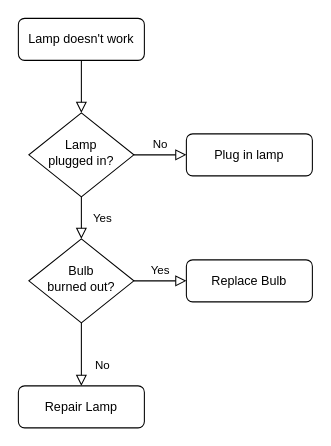
Above: testingworkflow.drawio in CJSmith02/hello-world (draw.io), before the change. Source tidied: cells renumbered, new cells numbered last; positions are measured from the earlier drawing's top-left corner, leaving out a move shared by most shapes. Both pictures are drawn from the tidied source at 105%, with x=0, y=0 at pixel (18, 18).
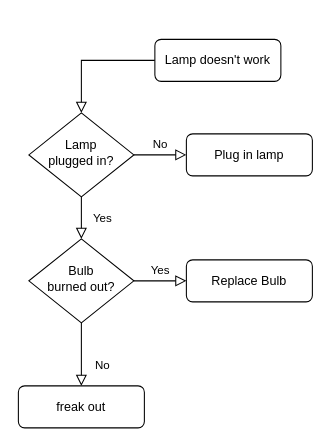
Above is the later version.

What changed in the source:
```diff
@@
 <mxGraphModel>
   <root>
     <mxCell id="0" />
     <mxCell id="1" parent="0" />
     <mxCell id="2" style="rounded=0;html=1;jettySize=auto;fontSize=11;endArrow=block;endFill=0;endSize=8;strokeWidth=1;shadow=0;labelBackgroundColor=none;edgeStyle=orthogonalEdgeStyle;" parent="1" edge="1" source="3" target="6">
       <mxGeometry relative="1" as="geometry" />
     </mxCell>
     <mxCell id="3" value="Lamp doesn't work" style="rounded=1;whiteSpace=wrap;html=1;fontSize=12;glass=0;strokeWidth=1;shadow=0;" parent="1" vertex="1">
-      <mxGeometry width="120" height="40" as="geometry" />
+      <mxGeometry x="130" y="20" width="120" height="40" as="geometry" />
     </mxCell>
     <mxCell id="4" value="Yes" style="rounded=0;html=1;jettySize=auto;fontSize=11;endArrow=block;endFill=0;endSize=8;strokeWidth=1;shadow=0;labelBackgroundColor=none;edgeStyle=orthogonalEdgeStyle;" parent="1" edge="1" source="6" target="10">
       <mxGeometry y="20" relative="1" as="geometry" />
     </mxCell>
     <mxCell id="5" value="No" style="edgeStyle=orthogonalEdgeStyle;rounded=0;html=1;jettySize=auto;fontSize=11;endArrow=block;endFill=0;endSize=8;strokeWidth=1;shadow=0;labelBackgroundColor=none;" parent="1" edge="1" source="6" target="7">
       <mxGeometry y="10" relative="1" as="geometry" />
     </mxCell>
     <mxCell id="6" value="Lamp&lt;br&gt;plugged in?" style="rhombus;whiteSpace=wrap;html=1;shadow=0;fontFamily=Helvetica;fontSize=12;align=center;strokeWidth=1;spacing=6;spacingTop=-4;" parent="1" vertex="1">
       <mxGeometry x="10" y="90" width="100" height="80" as="geometry" />
     </mxCell>
     <mxCell id="7" value="Plug in lamp" style="rounded=1;whiteSpace=wrap;html=1;fontSize=12;glass=0;strokeWidth=1;shadow=0;" parent="1" vertex="1">
       <mxGeometry x="160" y="110" width="120" height="40" as="geometry" />
     </mxCell>
     <mxCell id="8" value="No" style="rounded=0;html=1;jettySize=auto;fontSize=11;endArrow=block;endFill=0;endSize=8;strokeWidth=1;shadow=0;labelBackgroundColor=none;edgeStyle=orthogonalEdgeStyle;" parent="1" edge="1" source="10" target="11">
       <mxGeometry x="0.33" y="20" relative="1" as="geometry" />
     </mxCell>
     <mxCell id="9" value="Yes" style="edgeStyle=orthogonalEdgeStyle;rounded=0;html=1;jettySize=auto;fontSize=11;endArrow=block;endFill=0;endSize=8;strokeWidth=1;shadow=0;labelBackgroundColor=none;" parent="1" edge="1" source="10" target="12">
       <mxGeometry y="10" relative="1" as="geometry" />
     </mxCell>
     <mxCell id="10" value="Bulb&lt;br&gt;burned out?" style="rhombus;whiteSpace=wrap;html=1;shadow=0;fontFamily=Helvetica;fontSize=12;align=center;strokeWidth=1;spacing=6;spacingTop=-4;" parent="1" vertex="1">
       <mxGeometry x="10" y="210" width="100" height="80" as="geometry" />
     </mxCell>
-    <mxCell id="11" value="Repair Lamp" style="rounded=1;whiteSpace=wrap;html=1;fontSize=12;glass=0;strokeWidth=1;shadow=0;" parent="1" vertex="1">
+    <mxCell id="11" value="freak out" style="rounded=1;whiteSpace=wrap;html=1;fontSize=12;glass=0;strokeWidth=1;shadow=0;" parent="1" vertex="1">
       <mxGeometry y="350" width="120" height="40" as="geometry" />
     </mxCell>
     <mxCell id="12" value="Replace Bulb" style="rounded=1;whiteSpace=wrap;html=1;fontSize=12;glass=0;strokeWidth=1;shadow=0;" parent="1" vertex="1">
       <mxGeometry x="160" y="230" width="120" height="40" as="geometry" />
     </mxCell>
   </root>
 </mxGraphModel>
```
